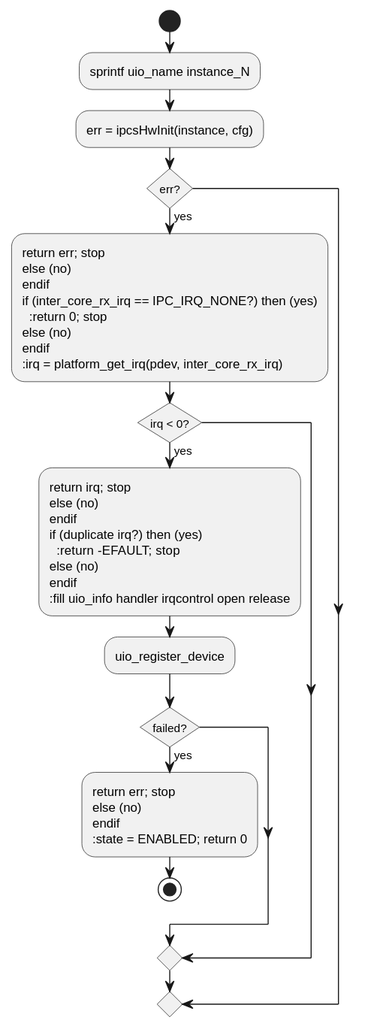
Above: c1_sdd_linux-ipcs/cursor_tmp/flow_svgs/linux_6_4_21_ipcsUioInit.svg in Mastang1/sad_sdd_proj (PlantUML), before the change.
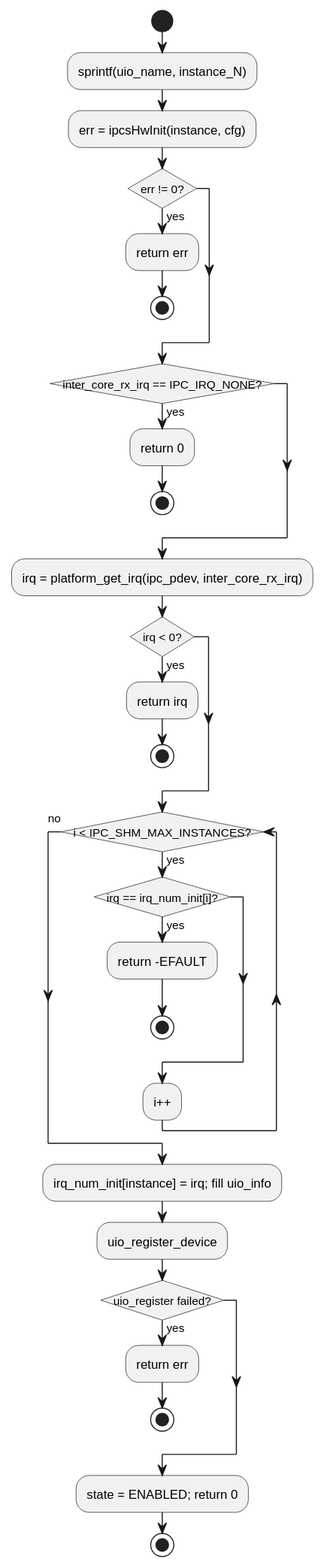
The same file after the commit.

The edit, as a diff of the source:
```diff
@@ -3,30 +3,33 @@
 skinparam conditionStyle insideDiamond
 skinparam linetype ortho
 start
-:sprintf uio_name instance_N;
+:sprintf(uio_name, instance_N);
 :err = ipcsHwInit(instance, cfg);
-if (err?) then (yes)
-  :return err; stop
-else (no)
+if (err != 0?) then (yes)
+  :return err;
+  stop
 endif
 if (inter_core_rx_irq == IPC_IRQ_NONE?) then (yes)
-  :return 0; stop
-else (no)
+  :return 0;
+  stop
 endif
-:irq = platform_get_irq(pdev, inter_core_rx_irq);
+:irq = platform_get_irq(ipc_pdev, inter_core_rx_irq);
 if (irq < 0?) then (yes)
-  :return irq; stop
-else (no)
+  :return irq;
+  stop
 endif
-if (duplicate irq?) then (yes)
-  :return -EFAULT; stop
-else (no)
-endif
-:fill uio_info handler irqcontrol open release;
+while (i < IPC_SHM_MAX_INSTANCES?) is (yes)
+  if (irq == irq_num_init[i]?) then (yes)
+    :return -EFAULT;
+    stop
+  endif
+  :i++;
+endwhile (no)
+:irq_num_init[instance] = irq; fill uio_info;
 :uio_register_device;
-if (failed?) then (yes)
-  :return err; stop
-else (no)
+if (uio_register failed?) then (yes)
+  :return err;
+  stop
 endif
 :state = ENABLED; return 0;
 stop
```
